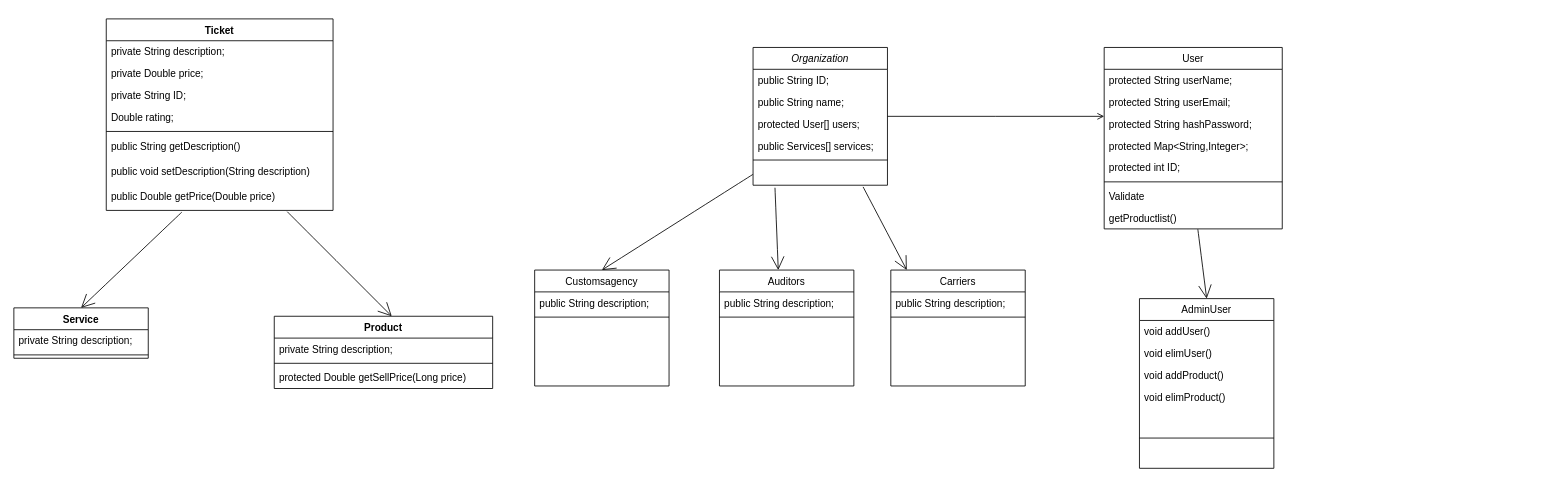
Above: ClassDiagramLP3_project.drawio in MMonzon00/LP3_Backend_java (draw.io), before the change. Source tidied: cells renumbered, new cells numbered last; positions are measured from the earlier drawing's top-left corner, leaving out a move shared by most shapes. Both pictures are drawn from the tidied source at 84%, with x=0, y=0 at pixel (13, 18).
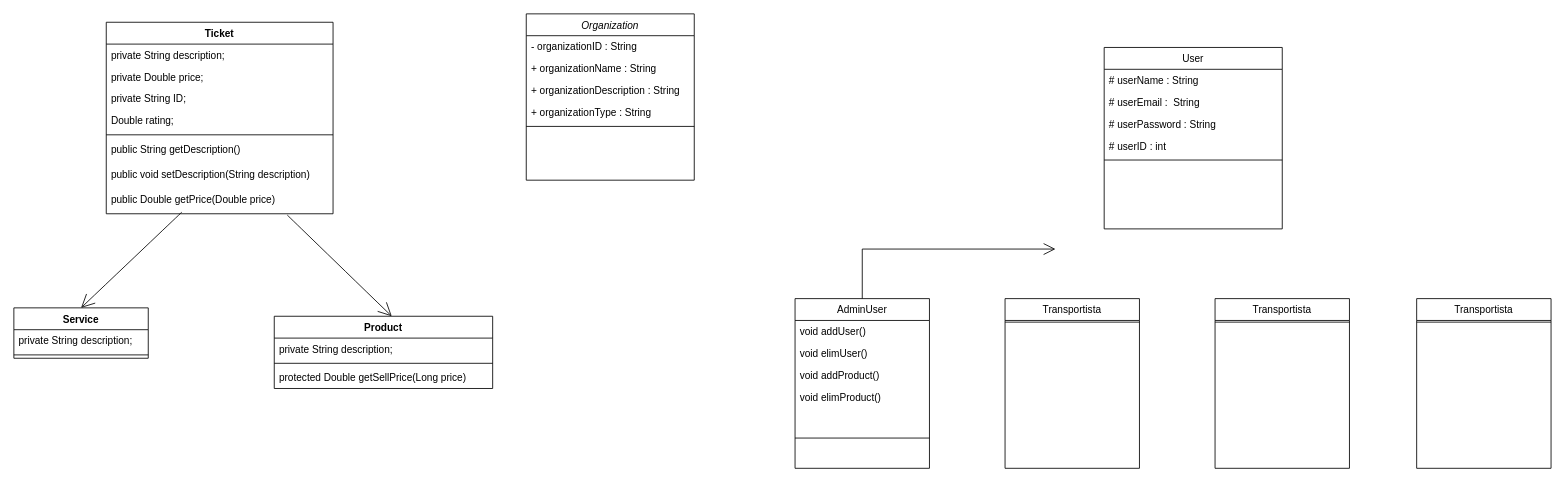
The same page after the edit.

Unchanged cells that the change refers to:
```xml
<mxCell id="19" value="User" style="swimlane;fontStyle=0;align=center;verticalAlign=top;horizontal=1;startSize=26;rounded=0;shadow=0;strokeWidth=1;" parent="1" vertex="1">
  <mxGeometry x="1298" y="34" width="212" height="216" as="geometry" />
</mxCell>
```

Diff of the diagram source:
```diff
@@
-    <mxCell id="2" style="edgeStyle=none;curved=1;rounded=0;jettySize=auto;html=1;fontSize=12;endArrow=open;startSize=14;endSize=14;sourcePerimeterSpacing=8;targetPerimeterSpacing=8;entryX=0.5;entryY=0;entryDx=0;entryDy=0;exitX=0.526;exitY=1.015;exitDx=0;exitDy=0;exitPerimeter=0;" parent="1" edge="1" target="13">
-      <mxGeometry relative="1" as="geometry">
-        <mxPoint x="1409.5" y="250.4" as="sourcePoint" />
-      </mxGeometry>
-    </mxCell>
-    <mxCell id="3" style="edgeStyle=none;curved=1;rounded=0;jettySize=auto;html=1;entryX=0.5;entryY=0;entryDx=0;entryDy=0;fontSize=12;endArrow=open;startSize=14;endSize=14;sourcePerimeterSpacing=8;targetPerimeterSpacing=8;exitX=0;exitY=0.5;exitDx=0;exitDy=0;" parent="1" edge="1" target="10">
-      <mxGeometry relative="1" as="geometry">
-        <mxPoint x="880" y="185" as="sourcePoint" />
-      </mxGeometry>
-    </mxCell>
     <mxCell id="4" value="Organization" style="swimlane;fontStyle=2;align=center;verticalAlign=top;horizontal=1;startSize=26;rounded=0;shadow=0;strokeWidth=1;" parent="1" vertex="1">
-      <mxGeometry x="880" y="34" width="160" height="164" as="geometry" />
+      <mxGeometry x="610" y="-6" width="200" height="198" as="geometry" />
     </mxCell>
-    <mxCell id="5" value="public String ID;" style="text;align=left;verticalAlign=top;spacingLeft=4;spacingRight=4;overflow=hidden;" parent="4" vertex="1">
-      <mxGeometry y="26" width="160" height="26" as="geometry" />
+    <mxCell id="5" value="- organizationID : String" style="text;align=left;verticalAlign=top;spacingLeft=4;spacingRight=4;overflow=hidden;" parent="4" vertex="1">
+      <mxGeometry y="26" width="200" height="26" as="geometry" />
     </mxCell>
-    <mxCell id="6" value="public String name;" style="text;align=left;verticalAlign=top;spacingLeft=4;spacingRight=4;overflow=hidden;rounded=0;shadow=0;html=0;" parent="4" vertex="1">
-      <mxGeometry y="52" width="160" height="26" as="geometry" />
+    <mxCell id="6" value="+ organizationName : String" style="text;align=left;verticalAlign=top;spacingLeft=4;spacingRight=4;overflow=hidden;rounded=0;shadow=0;html=0;" parent="4" vertex="1">
+      <mxGeometry y="52" width="200" height="26" as="geometry" />
     </mxCell>
-    <mxCell id="7" value="protected User[] users;" style="text;align=left;verticalAlign=top;spacingLeft=4;spacingRight=4;overflow=hidden;rounded=0;shadow=0;html=0;" parent="4" vertex="1">
-      <mxGeometry y="78" width="160" height="26" as="geometry" />
-    </mxCell>
-    <mxCell id="8" value="public Services[] services;" style="text;align=left;verticalAlign=top;spacingLeft=4;spacingRight=4;overflow=hidden;rounded=0;shadow=0;html=0;" parent="4" vertex="1">
-      <mxGeometry y="104" width="160" height="26" as="geometry" />
-    </mxCell>
+    <mxCell id="55" value="+ organizationDescription : String" style="text;align=left;verticalAlign=top;spacingLeft=4;spacingRight=4;overflow=hidden;rounded=0;shadow=0;html=0;" parent="4" vertex="1">
+      <mxGeometry y="78" width="200" height="26" as="geometry" />
+    </mxCell>
+    <mxCell id="56" value="+ organizationType : String" style="text;align=left;verticalAlign=top;spacingLeft=4;spacingRight=4;overflow=hidden;rounded=0;shadow=0;html=0;" parent="4" vertex="1">
+      <mxGeometry y="104" width="200" height="26" as="geometry" />
+    </mxCell>
     <mxCell id="9" style="line;html=1;strokeWidth=1;align=left;verticalAlign=middle;spacingTop=-1;spacingLeft=3;spacingRight=3;labelPosition=right;" parent="4" vertex="1">
-      <mxGeometry y="130" width="160" height="8" as="geometry" />
+      <mxGeometry y="130" width="200" height="8" as="geometry" />
     </mxCell>
-    <mxCell id="10" value="Customsagency" style="swimlane;fontStyle=0;align=center;verticalAlign=top;horizontal=1;startSize=26;rounded=0;shadow=0;strokeWidth=1;" parent="1" vertex="1">
-      <mxGeometry x="620" y="299" width="160" height="138" as="geometry" />
-    </mxCell>
-    <mxCell id="11" value="public String description;" style="text;align=left;verticalAlign=top;spacingLeft=4;spacingRight=4;overflow=hidden;" parent="10" vertex="1">
-      <mxGeometry y="26" width="160" height="26" as="geometry" />
-    </mxCell>
-    <mxCell id="12" style="line;html=1;strokeWidth=1;align=left;verticalAlign=middle;spacingTop=-1;spacingLeft=3;spacingRight=3;labelPosition=right;" parent="10" vertex="1">
-      <mxGeometry y="52" width="160" height="8" as="geometry" />
-    </mxCell>
     <mxCell id="13" value="AdminUser" style="swimlane;fontStyle=0;align=center;verticalAlign=top;horizontal=1;startSize=26;rounded=0;shadow=0;strokeWidth=1;" parent="1" vertex="1">
-      <mxGeometry x="1340" y="333" width="160" height="202" as="geometry" />
+      <mxGeometry x="930" y="333" width="160" height="202" as="geometry" />
     </mxCell>
@@
-    <mxCell id="20" value="protected String userName;" style="text;align=left;verticalAlign=top;spacingLeft=4;spacingRight=4;overflow=hidden;" parent="19" vertex="1">
+    <mxCell id="20" value="# userName : String " style="text;align=left;verticalAlign=top;spacingLeft=4;spacingRight=4;overflow=hidden;" parent="19" vertex="1">
       <mxGeometry y="26" width="212" height="26" as="geometry" />
     </mxCell>
-    <mxCell id="21" value="protected String userEmail;" style="text;align=left;verticalAlign=top;spacingLeft=4;spacingRight=4;overflow=hidden;rounded=0;shadow=0;html=0;" parent="19" vertex="1">
+    <mxCell id="21" value="# userEmail :  String " style="text;align=left;verticalAlign=top;spacingLeft=4;spacingRight=4;overflow=hidden;rounded=0;shadow=0;html=0;" parent="19" vertex="1">
       <mxGeometry y="52" width="212" height="26" as="geometry" />
     </mxCell>
-    <mxCell id="22" value=" protected String hashPassword;&#10;" style="text;align=left;verticalAlign=top;spacingLeft=4;spacingRight=4;overflow=hidden;rounded=0;shadow=0;html=0;" parent="19" vertex="1">
+    <mxCell id="22" value=" # userPassword : String  &#10;" style="text;align=left;verticalAlign=top;spacingLeft=4;spacingRight=4;overflow=hidden;rounded=0;shadow=0;html=0;" parent="19" vertex="1">
       <mxGeometry y="78" width="212" height="26" as="geometry" />
     </mxCell>
-    <mxCell id="23" value=" protected Map&lt;String,Integer&gt;;&#10;" style="text;align=left;verticalAlign=top;spacingLeft=4;spacingRight=4;overflow=hidden;rounded=0;shadow=0;html=0;" parent="19" vertex="1">
-      <mxGeometry y="104" width="212" height="26" as="geometry" />
-    </mxCell>
-    <mxCell id="24" value=" protected int ID;&#10;" style="text;align=left;verticalAlign=top;spacingLeft=4;spacingRight=4;overflow=hidden;rounded=0;shadow=0;html=0;" parent="19" vertex="1">
-      <mxGeometry y="130" width="212" height="26" as="geometry" />
+    <mxCell id="24" value=" # userID : int&#10;" style="text;align=left;verticalAlign=top;spacingLeft=4;spacingRight=4;overflow=hidden;rounded=0;shadow=0;html=0;" parent="19" vertex="1">
+      <mxGeometry y="104" width="212" height="26" as="geometry" />
     </mxCell>
     <mxCell id="25" style="line;html=1;strokeWidth=1;align=left;verticalAlign=middle;spacingTop=-1;spacingLeft=3;spacingRight=3;labelPosition=right;" parent="19" vertex="1">
-      <mxGeometry y="156" width="212" height="8" as="geometry" />
+      <mxGeometry y="130" width="212" height="8" as="geometry" />
     </mxCell>
-    <mxCell id="26" value="Validate" style="text;align=left;verticalAlign=top;spacingLeft=4;spacingRight=4;overflow=hidden;" parent="19" vertex="1">
-      <mxGeometry y="164" width="212" height="26" as="geometry" />
-    </mxCell>
-    <mxCell id="27" value="getProductlist()" style="text;align=left;verticalAlign=top;spacingLeft=4;spacingRight=4;overflow=hidden;" parent="19" vertex="1">
-      <mxGeometry y="190" width="212" height="26" as="geometry" />
-    </mxCell>
-    <mxCell id="28" style="endArrow=open;shadow=0;strokeWidth=1;rounded=0;endFill=1;edgeStyle=elbowEdgeStyle;elbow=vertical;" parent="1" edge="1" source="4" target="19">
-      <mxGeometry x="0.5" y="41" relative="1" as="geometry">
-        <mxPoint x="-40" y="32" as="offset" />
-      </mxGeometry>
-    </mxCell>
-    <mxCell id="29" style="edgeStyle=none;curved=1;rounded=0;orthogonalLoop=1;jettySize=auto;html=1;entryX=0.5;entryY=0;entryDx=0;entryDy=0;fontSize=12;endArrow=open;startSize=14;endSize=14;sourcePerimeterSpacing=8;targetPerimeterSpacing=8;exitX=0.163;exitY=1.115;exitDx=0;exitDy=0;exitPerimeter=0;" parent="1" edge="1">
-      <mxGeometry relative="1" as="geometry">
-        <mxPoint x="906.1" y="201" as="sourcePoint" />
-        <mxPoint x="910" y="299" as="targetPoint" />
-      </mxGeometry>
-    </mxCell>
-    <mxCell id="30" style="edgeStyle=none;curved=1;rounded=0;orthogonalLoop=1;jettySize=auto;html=1;entryX=0.206;entryY=0;entryDx=0;entryDy=0;fontSize=12;endArrow=open;startSize=14;endSize=14;sourcePerimeterSpacing=8;targetPerimeterSpacing=8;exitX=0.819;exitY=1.077;exitDx=0;exitDy=0;exitPerimeter=0;entryPerimeter=0;" parent="1" edge="1">
-      <mxGeometry relative="1" as="geometry">
-        <mxPoint x="1011" y="200" as="sourcePoint" />
-        <mxPoint x="1063" y="299" as="targetPoint" />
-      </mxGeometry>
-    </mxCell>
-    <mxCell id="31" value="Auditors" style="swimlane;fontStyle=0;align=center;verticalAlign=top;horizontal=1;startSize=26;rounded=0;shadow=0;strokeWidth=1;" parent="1" vertex="1">
-      <mxGeometry x="840" y="299" width="160" height="138" as="geometry" />
-    </mxCell>
-    <mxCell id="32" value="public String description;" style="text;align=left;verticalAlign=top;spacingLeft=4;spacingRight=4;overflow=hidden;" parent="31" vertex="1">
-      <mxGeometry y="26" width="160" height="26" as="geometry" />
-    </mxCell>
-    <mxCell id="33" style="line;html=1;strokeWidth=1;align=left;verticalAlign=middle;spacingTop=-1;spacingLeft=3;spacingRight=3;labelPosition=right;" parent="31" vertex="1">
-      <mxGeometry y="52" width="160" height="8" as="geometry" />
-    </mxCell>
-    <mxCell id="34" value="Carriers" style="swimlane;fontStyle=0;align=center;verticalAlign=top;horizontal=1;startSize=26;rounded=0;shadow=0;strokeWidth=1;" parent="1" vertex="1">
-      <mxGeometry x="1044" y="299" width="160" height="138" as="geometry" />
-    </mxCell>
-    <mxCell id="35" value="public String description;" style="text;align=left;verticalAlign=top;spacingLeft=4;spacingRight=4;overflow=hidden;" parent="34" vertex="1">
-      <mxGeometry y="26" width="160" height="26" as="geometry" />
-    </mxCell>
-    <mxCell id="36" style="line;html=1;strokeWidth=1;align=left;verticalAlign=middle;spacingTop=-1;spacingLeft=3;spacingRight=3;labelPosition=right;" parent="34" vertex="1">
-      <mxGeometry y="52" width="160" height="8" as="geometry" />
-    </mxCell>
@@
     <mxCell id="44" value="Ticket" style="swimlane;fontStyle=1;align=center;verticalAlign=top;horizontal=1;startSize=26;" parent="1" vertex="1">
-      <mxGeometry x="110" width="270" height="228" as="geometry" />
+      <mxGeometry x="110" y="4" width="270" height="228" as="geometry" />
     </mxCell>
@@
+    <mxCell id="57" style="endArrow=open;endFill=1;endSize=12;html=1;rounded=0;exitX=0.5;exitY=0;exitDx=0;exitDy=0;" parent="1" edge="1" source="13">
+      <mxGeometry relative="1" as="geometry">
+        <mxPoint x="1240" y="274" as="targetPoint" />
+        <Array as="points">
+          <mxPoint x="1010" y="274" />
+        </Array>
+      </mxGeometry>
+    </mxCell>
+    <mxCell id="58" value="Transportista" style="swimlane;fontStyle=0;align=center;verticalAlign=top;horizontal=1;startSize=26;rounded=0;shadow=0;strokeWidth=1;" parent="1" vertex="1">
+      <mxGeometry x="1180" y="333" width="160" height="202" as="geometry" />
+    </mxCell>
+    <mxCell id="59" style="line;html=1;strokeWidth=1;align=left;verticalAlign=middle;spacingTop=-1;spacingLeft=3;spacingRight=3;labelPosition=right;" parent="58" vertex="1">
+      <mxGeometry y="26" width="160" height="4" as="geometry" />
+    </mxCell>
+    <mxCell id="60" value="Transportista" style="swimlane;fontStyle=0;align=center;verticalAlign=top;horizontal=1;startSize=26;rounded=0;shadow=0;strokeWidth=1;" parent="1" vertex="1">
+      <mxGeometry x="1430" y="333" width="160" height="202" as="geometry" />
+    </mxCell>
+    <mxCell id="61" style="line;html=1;strokeWidth=1;align=left;verticalAlign=middle;spacingTop=-1;spacingLeft=3;spacingRight=3;labelPosition=right;" parent="60" vertex="1">
+      <mxGeometry y="26" width="160" height="4" as="geometry" />
+    </mxCell>
+    <mxCell id="62" value="Transportista" style="swimlane;fontStyle=0;align=center;verticalAlign=top;horizontal=1;startSize=26;rounded=0;shadow=0;strokeWidth=1;" parent="1" vertex="1">
+      <mxGeometry x="1670" y="333" width="160" height="202" as="geometry" />
+    </mxCell>
+    <mxCell id="63" style="line;html=1;strokeWidth=1;align=left;verticalAlign=middle;spacingTop=-1;spacingLeft=3;spacingRight=3;labelPosition=right;" parent="62" vertex="1">
+      <mxGeometry y="26" width="160" height="4" as="geometry" />
+    </mxCell>
```
